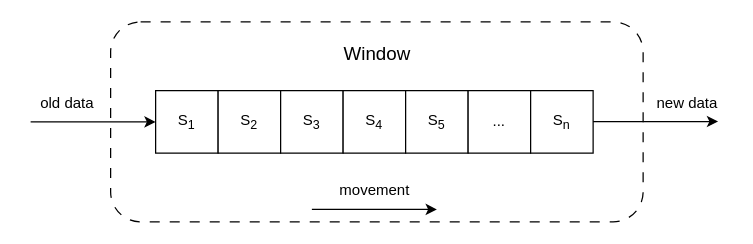
Before: testDirectory/滑动窗口机制.drawio in Moose1273/-, a draw.io diagram. Source tidied: cells renumbered, new cells numbered last; positions are measured from the earlier drawing's top-left corner, leaving out a move shared by most shapes. Both pictures are drawn from the tidied source at 125%, with x=0, y=0 at pixel (22, 21).
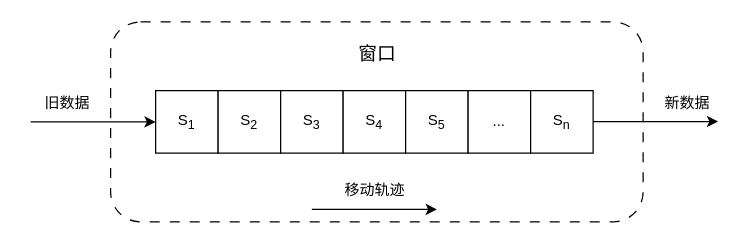
The same diagram, later.

Commit message:
更新滑动窗口机制.drawio

The edit, as a diff of the source:
```diff
@@
 <mxGraphModel>
   <root>
     <mxCell id="0" />
     <mxCell id="1" parent="0" />
     <mxCell id="2" style="rounded=1;whiteSpace=wrap;html=1;dashed=1;dashPattern=8 8;" parent="1" vertex="1">
       <mxGeometry x="70" width="426" height="160" as="geometry" />
     </mxCell>
     <mxCell id="3" value="S&lt;sub&gt;1&lt;/sub&gt;" style="rounded=0;whiteSpace=wrap;html=1;" parent="1" vertex="1">
       <mxGeometry x="106" y="55" width="50" height="50" as="geometry" />
     </mxCell>
     <mxCell id="4" value="S&lt;sub&gt;2&lt;/sub&gt;" style="rounded=0;whiteSpace=wrap;html=1;" parent="1" vertex="1">
       <mxGeometry x="156" y="55" width="50" height="50" as="geometry" />
     </mxCell>
     <mxCell id="5" value="S&lt;sub&gt;3&lt;/sub&gt;" style="rounded=0;whiteSpace=wrap;html=1;" parent="1" vertex="1">
       <mxGeometry x="206" y="55" width="50" height="50" as="geometry" />
     </mxCell>
     <mxCell id="6" value="S&lt;sub&gt;4&lt;/sub&gt;" style="rounded=0;whiteSpace=wrap;html=1;" parent="1" vertex="1">
       <mxGeometry x="256" y="55" width="50" height="50" as="geometry" />
     </mxCell>
     <mxCell id="7" value="S&lt;sub&gt;5&lt;/sub&gt;" style="rounded=0;whiteSpace=wrap;html=1;" parent="1" vertex="1">
       <mxGeometry x="306" y="55" width="50" height="50" as="geometry" />
     </mxCell>
     <mxCell id="8" value="..." style="rounded=0;whiteSpace=wrap;html=1;" parent="1" vertex="1">
       <mxGeometry x="356" y="55" width="50" height="50" as="geometry" />
     </mxCell>
     <mxCell id="9" value="S&lt;sub&gt;n&lt;/sub&gt;" style="rounded=0;whiteSpace=wrap;html=1;" parent="1" vertex="1">
       <mxGeometry x="406" y="55" width="50" height="50" as="geometry" />
     </mxCell>
     <mxCell id="10" style="endArrow=classic;html=1;rounded=0;entryX=0;entryY=0.5;entryDx=0;entryDy=0;" parent="1" edge="1" target="3">
       <mxGeometry relative="1" as="geometry">
         <mxPoint x="6" y="80" as="sourcePoint" />
       </mxGeometry>
     </mxCell>
     <mxCell id="11" style="endArrow=classic;html=1;rounded=0;entryX=0;entryY=0.5;entryDx=0;entryDy=0;" parent="1" edge="1">
       <mxGeometry relative="1" as="geometry">
         <mxPoint x="456" y="79.7" as="sourcePoint" />
         <mxPoint x="556" y="79.7" as="targetPoint" />
       </mxGeometry>
     </mxCell>
-    <mxCell id="12" value="old data" style="text;html=1;align=center;verticalAlign=middle;strokeColor=none;fillColor=none;" parent="1" vertex="1">
-      <mxGeometry y="50" width="70" height="30" as="geometry" />
+    <mxCell id="12" value="旧数据" style="text;html=1;align=center;verticalAlign=middle;strokeColor=none;fillColor=none;" parent="1" vertex="1">
+      <mxGeometry x="5" y="50" width="60" height="30" as="geometry" />
     </mxCell>
-    <mxCell id="13" value="new data" style="text;html=1;align=center;verticalAlign=middle;strokeColor=none;fillColor=none;" parent="1" vertex="1">
-      <mxGeometry x="496" y="50" width="70" height="30" as="geometry" />
+    <mxCell id="13" value="新数据" style="text;html=1;align=center;verticalAlign=middle;strokeColor=none;fillColor=none;" parent="1" vertex="1">
+      <mxGeometry x="501" y="50" width="60" height="30" as="geometry" />
     </mxCell>
-    <mxCell id="14" value="&lt;font style=&quot;font-size: 15px;&quot;&gt;Window&lt;/font&gt;" style="text;html=1;align=center;verticalAlign=middle;strokeColor=none;fillColor=none;" parent="1" vertex="1">
-      <mxGeometry x="243" y="10" width="80" height="30" as="geometry" />
+    <mxCell id="14" value="&lt;font style=&quot;font-size: 15px;&quot;&gt;窗口&lt;/font&gt;" style="text;html=1;align=center;verticalAlign=middle;strokeColor=none;fillColor=none;" parent="1" vertex="1">
+      <mxGeometry x="258" y="10" width="50" height="30" as="geometry" />
     </mxCell>
-    <mxCell id="15" value="movement" style="text;html=1;align=center;verticalAlign=middle;strokeColor=none;fillColor=none;" parent="1" vertex="1">
-      <mxGeometry x="241" y="120" width="80" height="30" as="geometry" />
+    <mxCell id="15" value="移动轨迹" style="text;html=1;align=center;verticalAlign=middle;strokeColor=none;fillColor=none;" parent="1" vertex="1">
+      <mxGeometry x="246" y="120" width="70" height="30" as="geometry" />
     </mxCell>
     <mxCell id="16" style="endArrow=classic;html=1;rounded=0;entryX=0;entryY=0.5;entryDx=0;entryDy=0;" parent="1" edge="1">
       <mxGeometry relative="1" as="geometry">
         <mxPoint x="231" y="150" as="sourcePoint" />
         <mxPoint x="331" y="150" as="targetPoint" />
       </mxGeometry>
     </mxCell>
   </root>
 </mxGraphModel>
```
